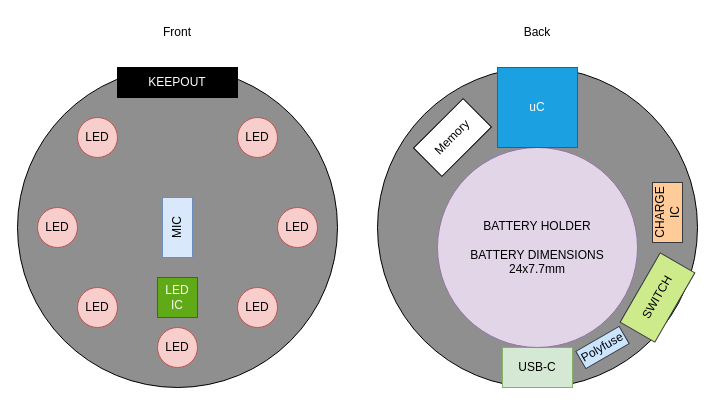
Above: Dokumentation/images/BAT_Konzept_Gerät.drawio in Froster2406/BAT2024 (draw.io), before the change. Source tidied: cells renumbered, new cells numbered last; positions are measured from the earlier drawing's top-left corner, leaving out a move shared by most shapes. Both pictures are drawn from the tidied source at 100%, with x=0, y=0 at pixel (17, 17).
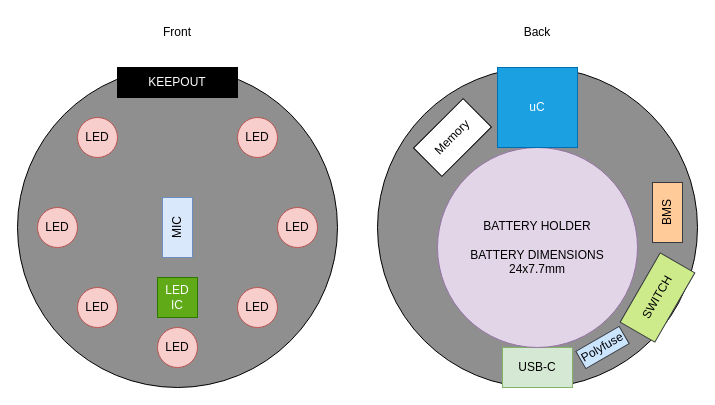
The same page after the edit.

Change to the diagram source:
```diff
@@
-    <mxCell id="21" value="CHARGE&lt;br&gt;IC" style="rounded=0;whiteSpace=wrap;html=1;fillColor=#ffcc99;strokeColor=#36393d;rotation=-90;" parent="1" vertex="1">
+    <mxCell id="21" value="BMS" style="rounded=0;whiteSpace=wrap;html=1;fillColor=#ffcc99;strokeColor=#36393d;rotation=-90;" parent="1" vertex="1">
       <mxGeometry x="620" y="180" width="60" height="30" as="geometry" />
     </mxCell>
```
